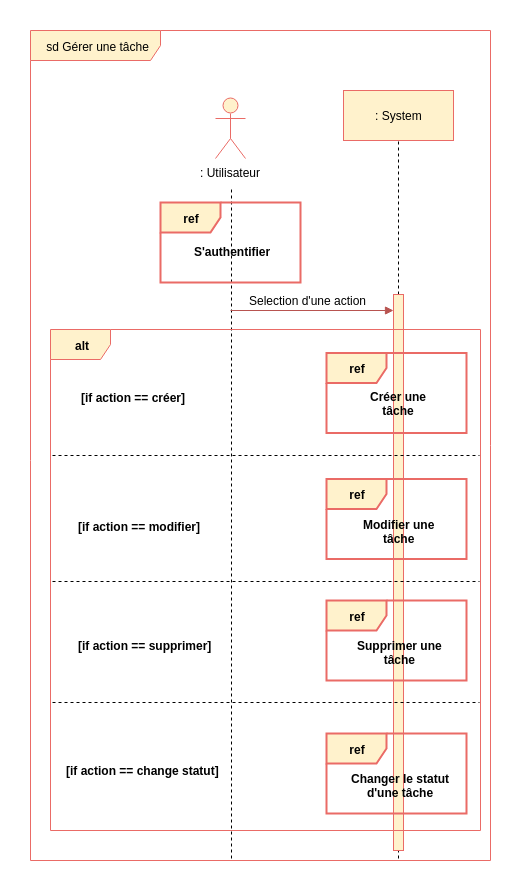
The draw.io diagram Diagrammes/Gerer_une_tache.png in Thibok/TodoList, before a commit. Source tidied: cells renumbered, new cells last; positions are measured from the earlier drawing's top-left corner, leaving out a move shared by most shapes.
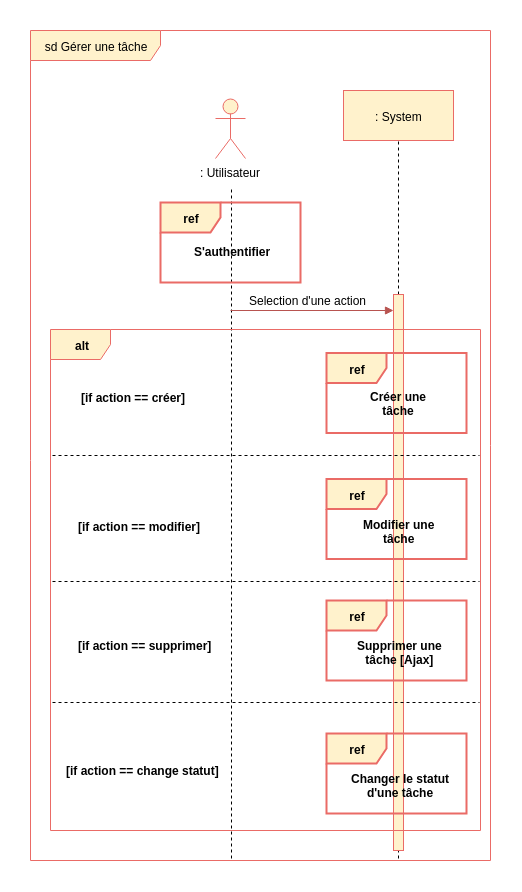
Later version of the same file.

The edit, as a diff of the source:
```diff
@@ -50,7 +50,7 @@
     <mxCell id="14" value="ref" style="shape=umlFrame;whiteSpace=wrap;html=1;fontColor=#000000;fontStyle=1;strokeWidth=2;fillColor=#fff2cc;strokeColor=#EA6B66;" parent="1" vertex="1">
       <mxGeometry x="296" y="570" width="140" height="80" as="geometry" />
     </mxCell>
-    <mxCell id="15" value="&lt;div style=&quot;text-align: center&quot;&gt;Supprimer une&lt;/div&gt;&lt;div style=&quot;text-align: center&quot;&gt;tâche&lt;/div&gt;" style="text;html=1;align=left;verticalAlign=top;spacingTop=-4;fontColor=#000000;fontStyle=1;" parent="1" vertex="1">
+    <mxCell id="15" value="&lt;div style=&quot;text-align: center&quot;&gt;Supprimer une&lt;/div&gt;&lt;div style=&quot;text-align: center&quot;&gt;tâche [Ajax]&lt;/div&gt;" style="text;html=1;align=left;verticalAlign=top;spacingTop=-4;fontColor=#000000;fontStyle=1;" parent="1" vertex="1">
       <mxGeometry x="325" y="606" width="90" height="30" as="geometry" />
     </mxCell>
     <mxCell id="16" value="ref" style="shape=umlFrame;whiteSpace=wrap;html=1;fontColor=#000000;fontStyle=1;strokeWidth=2;fillColor=#fff2cc;strokeColor=#EA6B66;" parent="1" vertex="1">
```
